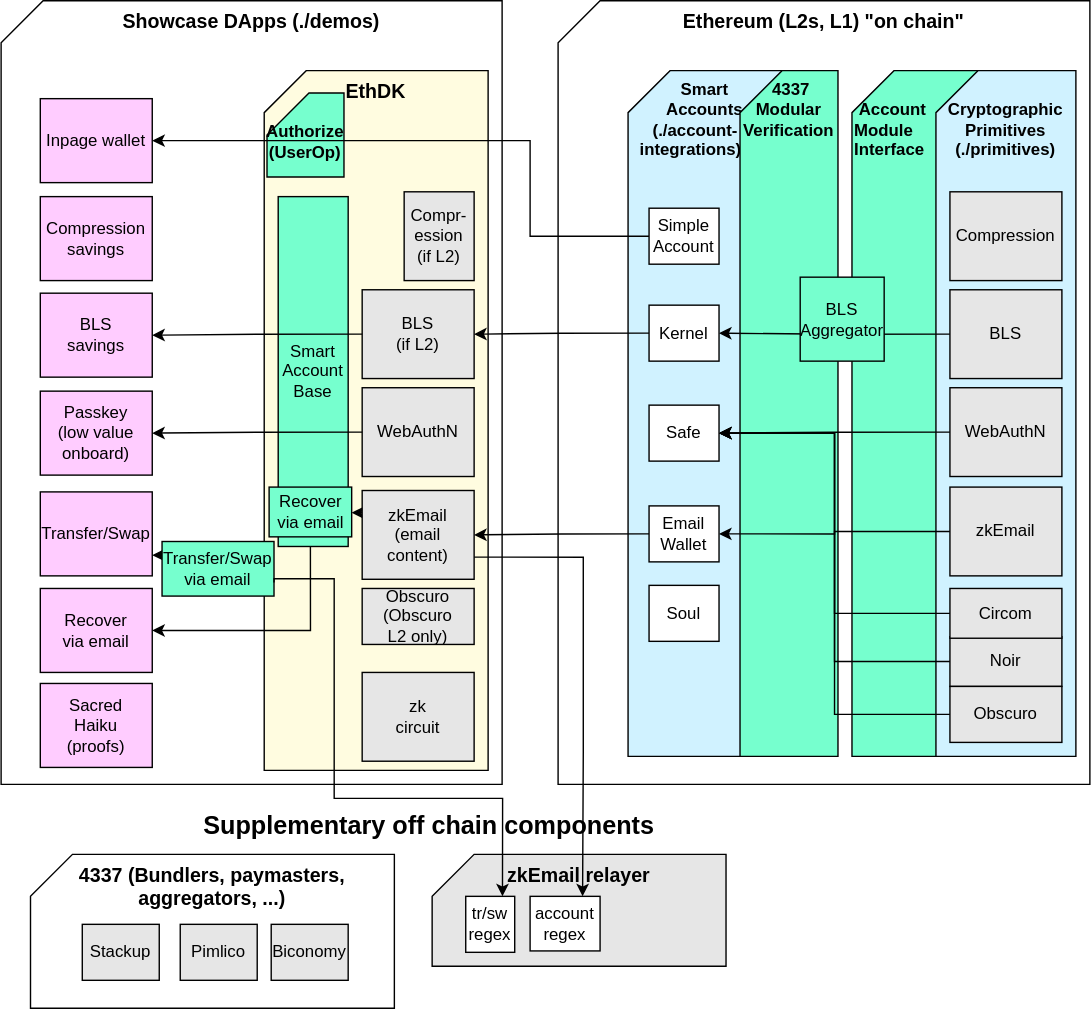
This is docs/images/wax-composition.svg from getwax/wax, a draw.io export, as it was before one commit. Source tidied: cells renumbered, new cells last; positions are measured from the earlier drawing's top-left corner, leaving out a move shared by most shapes.
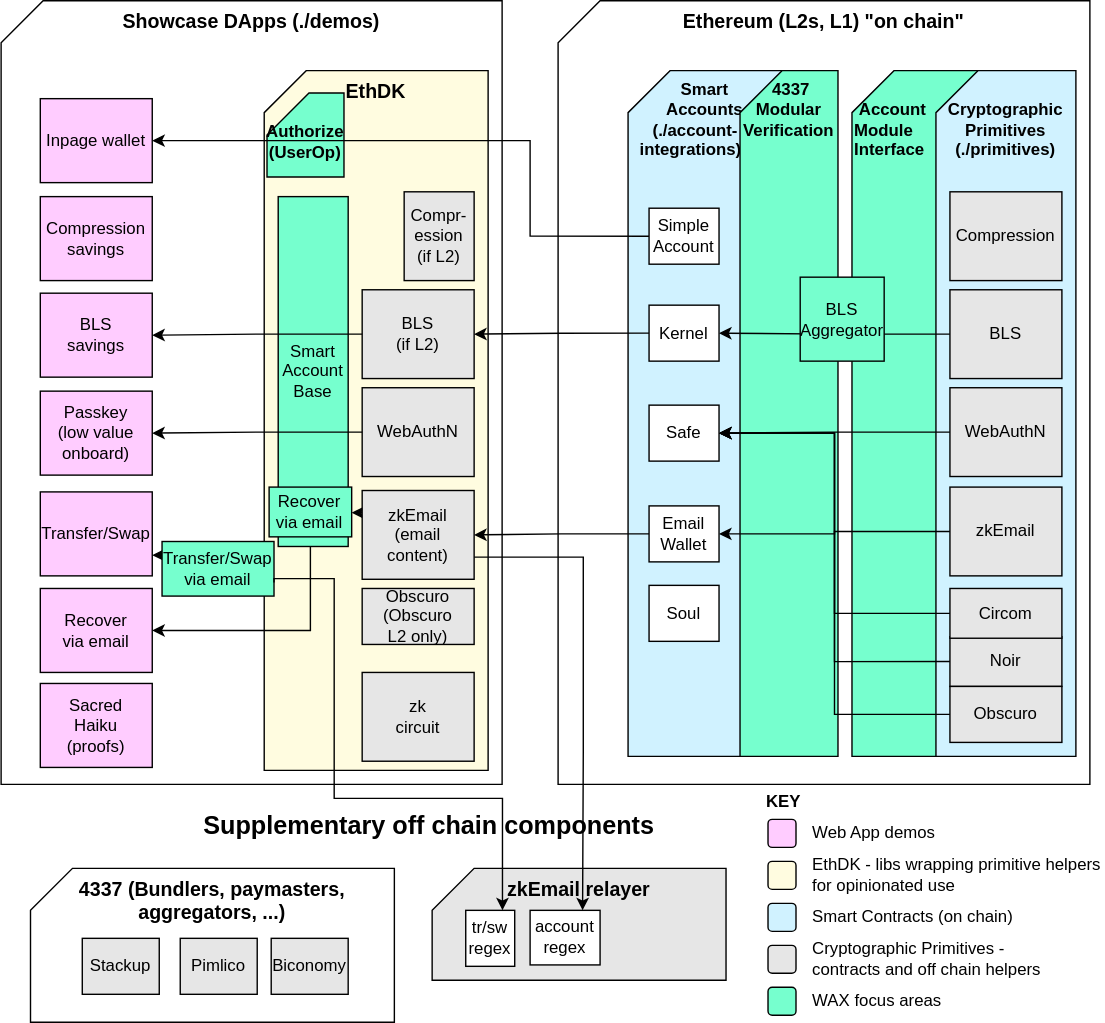
After the change.

Diff of the diagram source:
```diff
@@ -119,13 +119,13 @@
       <mxGeometry x="678" y="347.6" width="80" height="63.4" as="geometry" />
     </mxCell>
     <mxCell id="39" value="&lt;span style=&quot;font-size: 14px;&quot;&gt;&lt;b&gt;zkEmail relayer&lt;br&gt;&lt;/b&gt;&lt;/span&gt;" style="shape=card;whiteSpace=wrap;html=1;fillColor=#E6E6E6;align=center;verticalAlign=top;" parent="1" vertex="1">
-      <mxGeometry x="308" y="610" width="210" height="80" as="geometry" />
+      <mxGeometry x="308" y="620" width="210" height="80" as="geometry" />
     </mxCell>
     <mxCell id="40" value="account&lt;br&gt;regex" style="rounded=0;whiteSpace=wrap;html=1;fillColor=#FFFFFF;" parent="1" vertex="1">
-      <mxGeometry x="378" y="640" width="50" height="39" as="geometry" />
+      <mxGeometry x="378" y="650" width="50" height="39" as="geometry" />
     </mxCell>
     <mxCell id="41" value="tr/sw&lt;br&gt;regex" style="rounded=0;whiteSpace=wrap;html=1;fillColor=#FFFFFF;" parent="1" vertex="1">
-      <mxGeometry x="332" y="640" width="35" height="40" as="geometry" />
+      <mxGeometry x="332" y="650" width="35" height="40" as="geometry" />
     </mxCell>
     <mxCell id="42" style="edgeStyle=orthogonalEdgeStyle;rounded=0;jettySize=auto;html=1;exitX=0;exitY=0.5;exitDx=0;exitDy=0;entryX=1;entryY=0.5;entryDx=0;entryDy=0;" parent="1" edge="1" source="43" target="27">
       <mxGeometry relative="1" as="geometry" />
@@ -155,13 +155,13 @@
       <mxGeometry x="258" y="420" width="80" height="40" as="geometry" />
     </mxCell>
     <mxCell id="51" value="&lt;span style=&quot;font-size: 14px;&quot;&gt;&lt;b&gt;4337 (Bundlers, paymasters, aggregators, ...)&lt;br&gt;&lt;/b&gt;&lt;/span&gt;" style="shape=card;whiteSpace=wrap;html=1;fillColor=#FFFFFF;align=center;verticalAlign=top;" parent="1" vertex="1">
-      <mxGeometry x="21" y="610" width="260" height="110" as="geometry" />
+      <mxGeometry x="21" y="620" width="260" height="110" as="geometry" />
     </mxCell>
     <mxCell id="52" value="Biconomy" style="rounded=0;whiteSpace=wrap;html=1;fillColor=#E6E6E6;" parent="1" vertex="1">
-      <mxGeometry x="193" y="660" width="55" height="40" as="geometry" />
+      <mxGeometry x="193" y="670" width="55" height="40" as="geometry" />
     </mxCell>
     <mxCell id="53" value="Pimlico" style="rounded=0;whiteSpace=wrap;html=1;fillColor=#E6E6E6;" parent="1" vertex="1">
-      <mxGeometry x="128" y="660" width="55" height="40" as="geometry" />
+      <mxGeometry x="128" y="670" width="55" height="40" as="geometry" />
     </mxCell>
     <mxCell id="54" value="BLS Aggregator" style="rounded=0;whiteSpace=wrap;html=1;fillColor=#76FFCE;" parent="1" vertex="1">
       <mxGeometry x="571" y="197.6" width="60" height="60" as="geometry" />
@@ -176,7 +176,7 @@
       <mxGeometry x="463" y="417.8" width="50" height="40" as="geometry" />
     </mxCell>
     <mxCell id="58" value="Stackup" style="rounded=0;whiteSpace=wrap;html=1;fillColor=#E6E6E6;" parent="1" vertex="1">
-      <mxGeometry x="58" y="660" width="55" height="40" as="geometry" />
+      <mxGeometry x="58" y="670" width="55" height="40" as="geometry" />
     </mxCell>
     <mxCell id="59" style="edgeStyle=orthogonalEdgeStyle;rounded=0;jettySize=auto;html=1;exitX=1;exitY=0.75;exitDx=0;exitDy=0;entryX=0.75;entryY=0;entryDx=0;entryDy=0;" parent="1" edge="1" source="15" target="40">
       <mxGeometry relative="1" as="geometry">
@@ -201,5 +201,38 @@
     <mxCell id="62" value="Recover&lt;br&gt;via email" style="rounded=0;whiteSpace=wrap;html=1;fillColor=#76FFCE;" parent="1" vertex="1">
       <mxGeometry x="191.5" y="347.6" width="59" height="35.6" as="geometry" />
     </mxCell>
+    <mxCell id="63" style="rounded=1;whiteSpace=wrap;html=1;fillColor=#76FFCE;" parent="1" vertex="1">
+      <mxGeometry x="548" y="705" width="20" height="20" as="geometry" />
+    </mxCell>
+    <mxCell id="64" style="rounded=1;whiteSpace=wrap;html=1;fillColor=#FFFCE0;" parent="1" vertex="1">
+      <mxGeometry x="548" y="615" width="20" height="20" as="geometry" />
+    </mxCell>
+    <mxCell id="65" style="rounded=1;whiteSpace=wrap;html=1;fillColor=#D0F2FF;" parent="1" vertex="1">
+      <mxGeometry x="548" y="645" width="20" height="20" as="geometry" />
+    </mxCell>
+    <mxCell id="66" style="rounded=1;whiteSpace=wrap;html=1;fillColor=#FFCCFF;" parent="1" vertex="1">
+      <mxGeometry x="548" y="585" width="20" height="20" as="geometry" />
+    </mxCell>
+    <mxCell id="67" value="WAX focus areas" style="text;html=1;strokeColor=none;fillColor=none;align=left;verticalAlign=middle;whiteSpace=wrap;rounded=0;" parent="1" vertex="1">
+      <mxGeometry x="578" y="702.5" width="190" height="25" as="geometry" />
+    </mxCell>
+    <mxCell id="68" value="EthDK - libs wrapping primitive&amp;nbsp;helpers for opinionated use" style="text;html=1;strokeColor=none;fillColor=none;align=left;verticalAlign=middle;whiteSpace=wrap;rounded=0;" parent="1" vertex="1">
+      <mxGeometry x="578" y="612.5" width="210" height="25" as="geometry" />
+    </mxCell>
+    <mxCell id="69" value="Smart Contracts (on chain)" style="text;html=1;strokeColor=none;fillColor=none;align=left;verticalAlign=middle;whiteSpace=wrap;rounded=0;" parent="1" vertex="1">
+      <mxGeometry x="578" y="642.5" width="170" height="25" as="geometry" />
+    </mxCell>
+    <mxCell id="70" value="Web App demos" style="text;html=1;strokeColor=none;fillColor=none;align=left;verticalAlign=middle;whiteSpace=wrap;rounded=0;" parent="1" vertex="1">
+      <mxGeometry x="578" y="582.5" width="100" height="25" as="geometry" />
+    </mxCell>
+    <mxCell id="71" value="&lt;b&gt;KEY&lt;/b&gt;" style="text;html=1;strokeColor=none;fillColor=none;align=left;verticalAlign=middle;whiteSpace=wrap;rounded=0;" parent="1" vertex="1">
+      <mxGeometry x="545" y="565" width="70" height="15" as="geometry" />
+    </mxCell>
+    <mxCell id="72" style="rounded=1;whiteSpace=wrap;html=1;fillColor=#E6E6E6;" parent="1" vertex="1">
+      <mxGeometry x="548" y="675" width="20" height="20" as="geometry" />
+    </mxCell>
+    <mxCell id="73" value="Cryptographic Primitives - contracts and off chain helpers" style="text;html=1;strokeColor=none;fillColor=none;align=left;verticalAlign=middle;whiteSpace=wrap;rounded=0;" parent="1" vertex="1">
+      <mxGeometry x="578" y="672.5" width="190" height="25" as="geometry" />
+    </mxCell>
   </root>
 </mxGraphModel>
```
